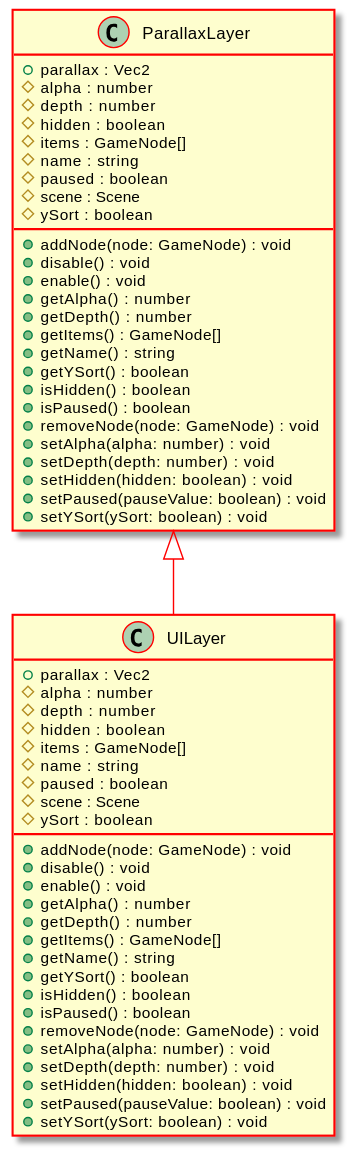
Above: docs/api/assets/UILayer-umlClassDiagram-6325.svg in Test123938/Test2 (PlantUML), before the change. Source of this version:
```plantuml
@startuml
skinparam ClassArrowColor #ff0000
skinparam ClassBorderColor #ff0000
skinparam BackgroundColor transparent
hide empty methods
hide empty fields
class "UILayer" {
    +parallax : Vec2
    #alpha : number
    #depth : number
    #hidden : boolean
    #items : GameNode[]
    #name : string
    #paused : boolean
    #scene : Scene
    #ySort : boolean
    +addNode(node: GameNode) : void
    +disable() : void
    +enable() : void
    +getAlpha() : number
    +getDepth() : number
    +getItems() : GameNode[]
    +getName() : string
    +getYSort() : boolean
    +isHidden() : boolean
    +isPaused() : boolean
    +removeNode(node: GameNode) : void
    +setAlpha(alpha: number) : void
    +setDepth(depth: number) : void
    +setHidden(hidden: boolean) : void
    +setPaused(pauseValue: boolean) : void
    +setYSort(ySort: boolean) : void
}
class "ParallaxLayer" {
    +parallax : Vec2
    #alpha : number
    #depth : number
    #hidden : boolean
    #items : GameNode[]
    #name : string
    #paused : boolean
    #scene : Scene
    #ySort : boolean
    +addNode(node: GameNode) : void
    +disable() : void
    +enable() : void
    +getAlpha() : number
    +getDepth() : number
    +getItems() : GameNode[]
    +getName() : string
    +getYSort() : boolean
    +isHidden() : boolean
    +isPaused() : boolean
    +removeNode(node: GameNode) : void
    +setAlpha(alpha: number) : void
    +setDepth(depth: number) : void
    +setHidden(hidden: boolean) : void
    +setPaused(pauseValue: boolean) : void
    +setYSort(ySort: boolean) : void
}
"ParallaxLayer" <|-- "UILayer"
@enduml
```
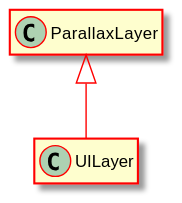
After the commit.

What changed in the source:
```diff
@@ -5,58 +5,8 @@
 hide empty methods
 hide empty fields
 class "UILayer" {
-    +parallax : Vec2
-    #alpha : number
-    #depth : number
-    #hidden : boolean
-    #items : GameNode[]
-    #name : string
-    #paused : boolean
-    #scene : Scene
-    #ySort : boolean
-    +addNode(node: GameNode) : void
-    +disable() : void
-    +enable() : void
-    +getAlpha() : number
-    +getDepth() : number
-    +getItems() : GameNode[]
-    +getName() : string
-    +getYSort() : boolean
-    +isHidden() : boolean
-    +isPaused() : boolean
-    +removeNode(node: GameNode) : void
-    +setAlpha(alpha: number) : void
-    +setDepth(depth: number) : void
-    +setHidden(hidden: boolean) : void
-    +setPaused(pauseValue: boolean) : void
-    +setYSort(ySort: boolean) : void
 }
 class "ParallaxLayer" {
-    +parallax : Vec2
-    #alpha : number
-    #depth : number
-    #hidden : boolean
-    #items : GameNode[]
-    #name : string
-    #paused : boolean
-    #scene : Scene
-    #ySort : boolean
-    +addNode(node: GameNode) : void
-    +disable() : void
-    +enable() : void
-    +getAlpha() : number
-    +getDepth() : number
-    +getItems() : GameNode[]
-    +getName() : string
-    +getYSort() : boolean
-    +isHidden() : boolean
-    +isPaused() : boolean
-    +removeNode(node: GameNode) : void
-    +setAlpha(alpha: number) : void
-    +setDepth(depth: number) : void
-    +setHidden(hidden: boolean) : void
-    +setPaused(pauseValue: boolean) : void
-    +setYSort(ySort: boolean) : void
 }
 "ParallaxLayer" <|-- "UILayer"
 @enduml
```
